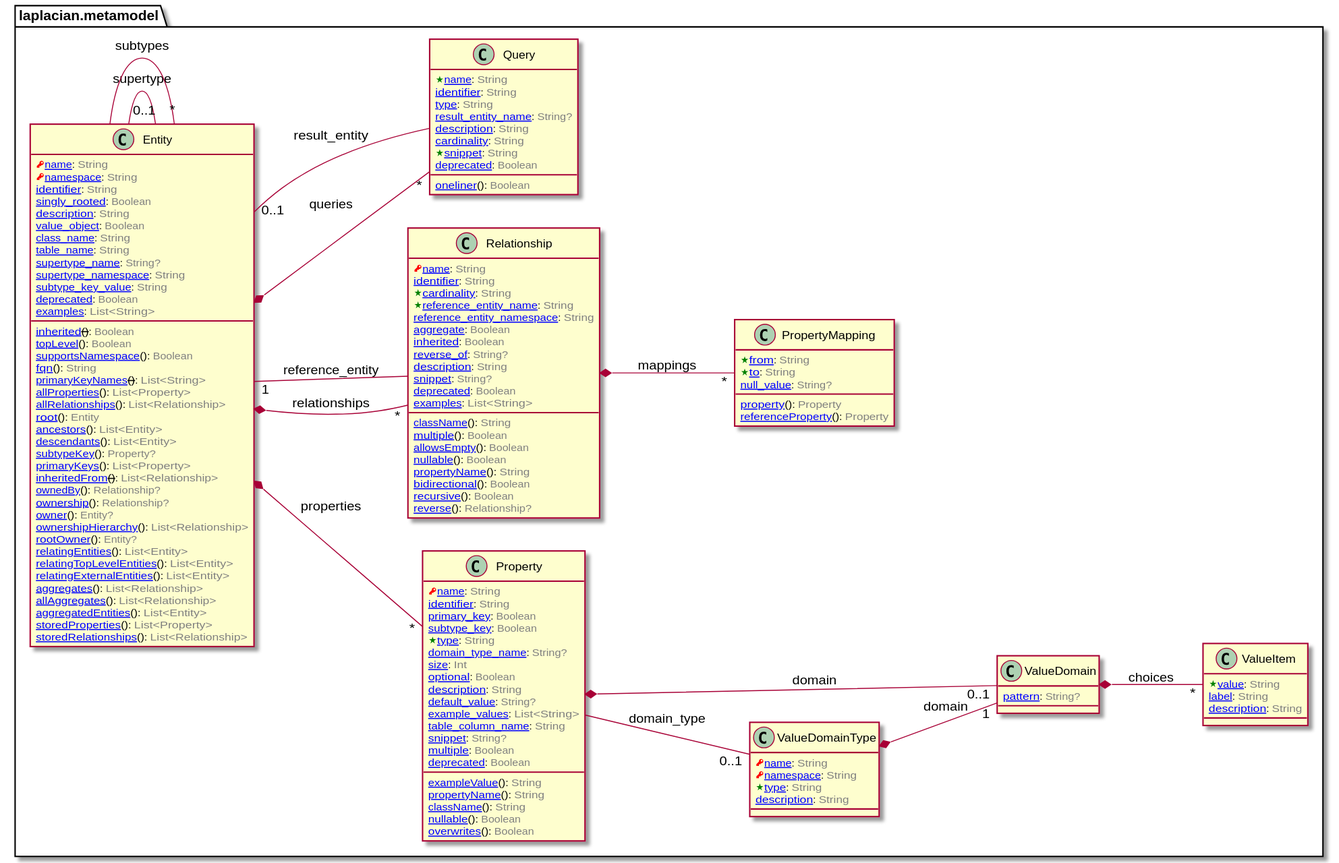
Before: doc/image/model-diagram.svg, a diagram exported from PlantUML (nabla-squared/laplacian-core).
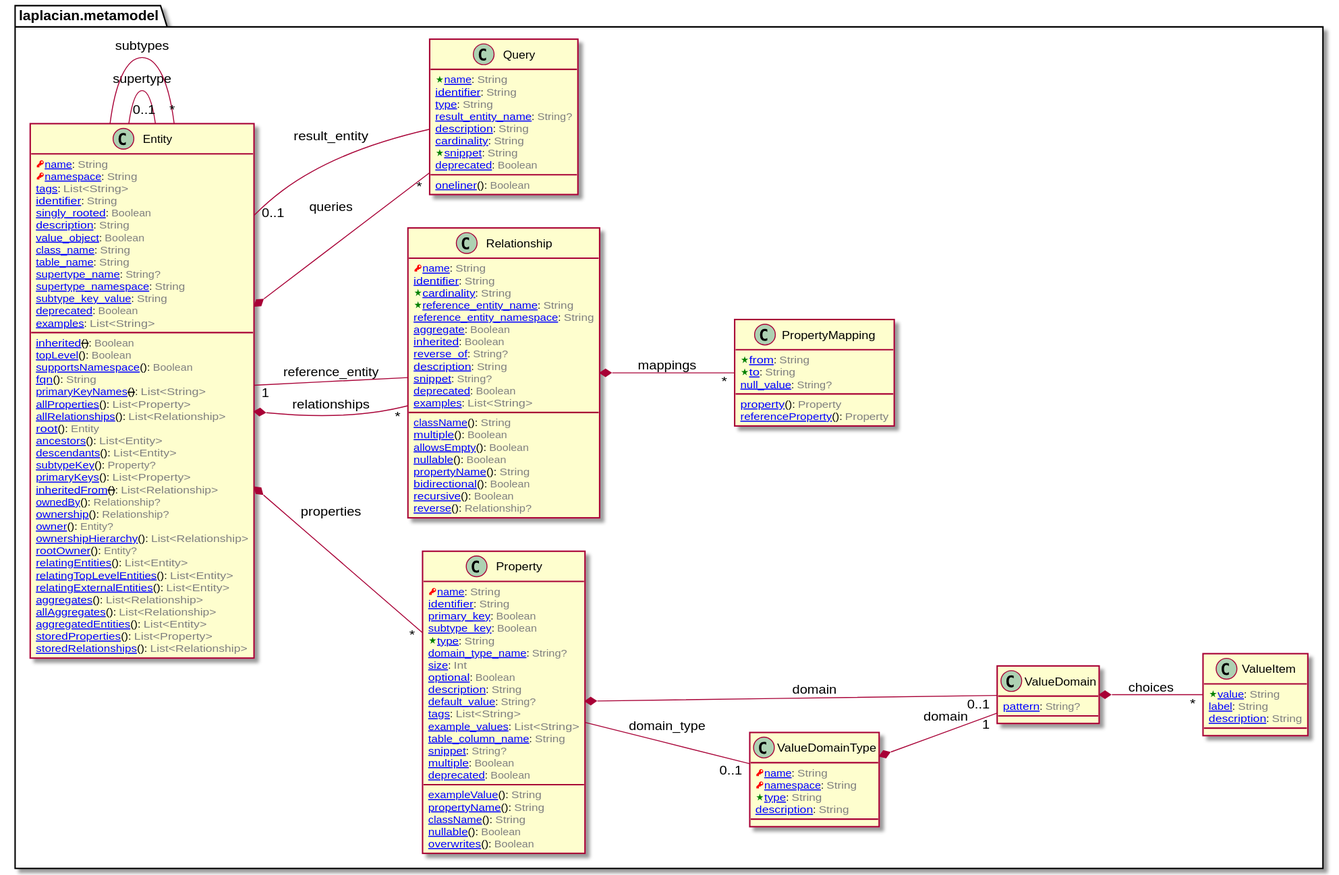
The same diagram one commit later.

Commit message:
enable to add `tags` on entities and their properties

Diff of the diagram source:
```diff
@@ -4,6 +4,7 @@
 class laplacian.metamodel.Entity [[/blob/master/doc/entities/Entity.md]] {
   <color:RED><&key></color>[[/blob/master/doc/entities/Entity.md#name-string name]]: <color:GRAY>String</color>
   <color:RED><&key></color>[[/blob/master/doc/entities/Entity.md#namespace-string namespace]]: <color:GRAY>String</color>
+  [[/blob/master/doc/entities/Entity.md#tags-listString tags]]: <color:GRAY>List<String></color>
   [[/blob/master/doc/entities/Entity.md#identifier-string identifier]]: <color:GRAY>String</color>
   [[/blob/master/doc/entities/Entity.md#singly_rooted-boolean singly_rooted]]: <color:GRAY>Boolean</color>
   [[/blob/master/doc/entities/Entity.md#description-string description]]: <color:GRAY>String</color>
@@ -81,6 +82,7 @@
   [[/blob/master/doc/entities/Property.md#optional-boolean optional]]: <color:GRAY>Boolean</color>
   [[/blob/master/doc/entities/Property.md#description-string description]]: <color:GRAY>String</color>
   [[/blob/master/doc/entities/Property.md#default_value-string default_value]]: <color:GRAY>String?</color>
+  [[/blob/master/doc/entities/Property.md#tags-listString tags]]: <color:GRAY>List<String></color>
   [[/blob/master/doc/entities/Property.md#example_values-listString example_values]]: <color:GRAY>List<String></color>
   [[/blob/master/doc/entities/Property.md#example_value-string exampleValue]](): <color:GRAY>String</color>
   [[/blob/master/doc/entities/Property.md#table_column_name-string table_column_name]]: <color:GRAY>String</color>
```
